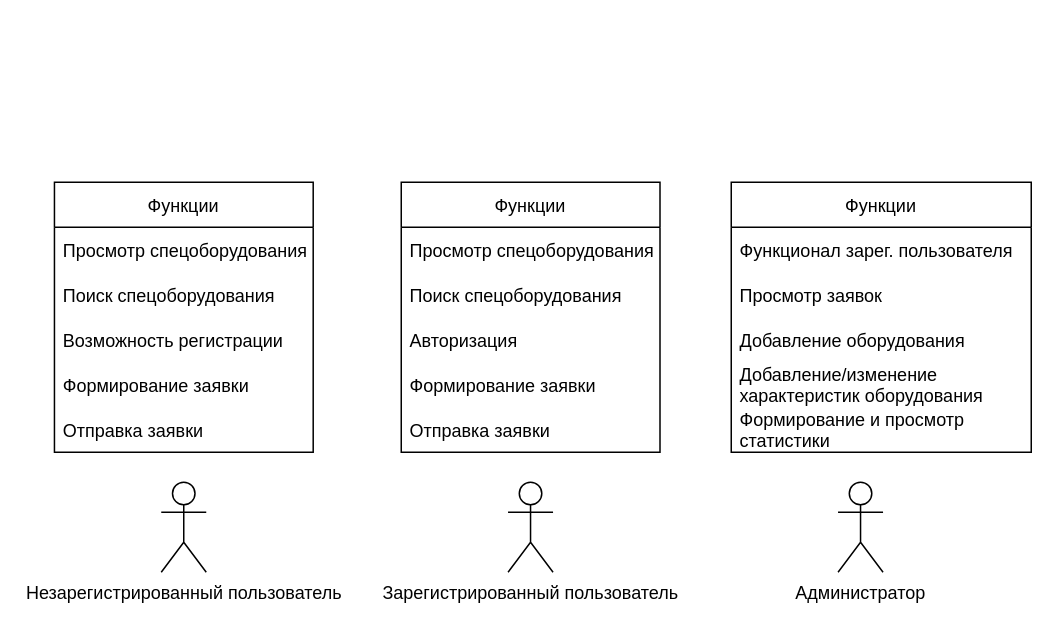
Earlier version of the draw.io diagram Схемы на презентацию.drawio (LebedevOleg/VKR_2022). Source tidied: cells renumbered, new cells numbered last; positions are measured from the earlier drawing's top-left corner, leaving out a move shared by most shapes. Both pictures are drawn from the tidied source at 150%, with x=0, y=0 at pixel (54, 182).
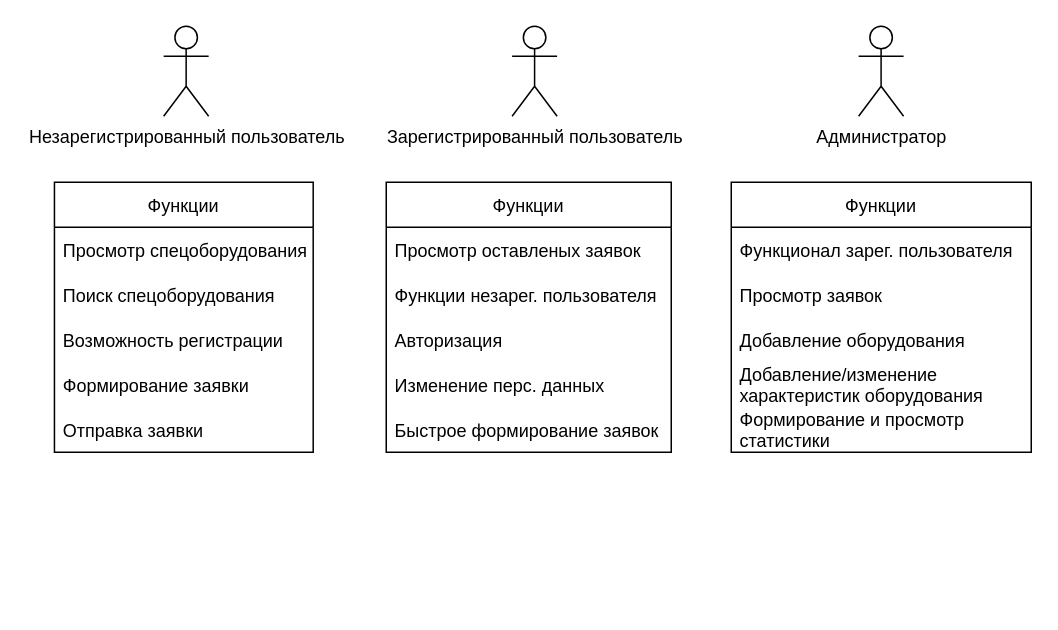
Above is the later version.

Change to the diagram source:
```diff
@@
     <mxCell id="2" value="Незарегистрированный пользователь" style="shape=umlActor;verticalLabelPosition=bottom;verticalAlign=top;html=1;" parent="1" vertex="1">
-      <mxGeometry x="71" y="200" width="30" height="60" as="geometry" />
+      <mxGeometry x="72.6" y="-104" width="30" height="60" as="geometry" />
     </mxCell>
@@
     <mxCell id="9" value="Зарегистрированный пользователь" style="shape=umlActor;verticalLabelPosition=bottom;verticalAlign=top;html=1;" parent="1" vertex="1">
-      <mxGeometry x="302.2" y="200" width="30" height="60" as="geometry" />
+      <mxGeometry x="304.9" y="-104" width="30" height="60" as="geometry" />
     </mxCell>
     <mxCell id="10" value="Функции" style="swimlane;fontStyle=0;horizontal=1;startSize=30;" parent="1" vertex="1">
-      <mxGeometry x="231" width="172.5" height="180" as="geometry" />
+      <mxGeometry x="221" width="190" height="180" as="geometry" />
     </mxCell>
-    <mxCell id="11" value="Просмотр спецоборудования" style="text;strokeColor=none;fillColor=none;align=left;verticalAlign=middle;spacingLeft=4;spacingRight=4;overflow=hidden;" parent="10" vertex="1">
-      <mxGeometry y="30" width="172.5" height="30" as="geometry" />
+    <mxCell id="11" value="Просмотр оставленых заявок" style="text;strokeColor=none;fillColor=none;align=left;verticalAlign=middle;spacingLeft=4;spacingRight=4;overflow=hidden;" parent="10" vertex="1">
+      <mxGeometry y="30" width="190" height="30" as="geometry" />
     </mxCell>
-    <mxCell id="12" value="Поиск спецоборудования" style="text;strokeColor=none;fillColor=none;align=left;verticalAlign=middle;spacingLeft=4;spacingRight=4;overflow=hidden;" parent="10" vertex="1">
-      <mxGeometry y="60" width="172.5" height="30" as="geometry" />
+    <mxCell id="12" value="Функции незарег. пользователя" style="text;strokeColor=none;fillColor=none;align=left;verticalAlign=middle;spacingLeft=4;spacingRight=4;overflow=hidden;" parent="10" vertex="1">
+      <mxGeometry y="60" width="190" height="30" as="geometry" />
     </mxCell>
     <mxCell id="13" value="Авторизация" style="text;strokeColor=none;fillColor=none;align=left;verticalAlign=middle;spacingLeft=4;spacingRight=4;overflow=hidden;" parent="10" vertex="1">
-      <mxGeometry y="90" width="172.5" height="30" as="geometry" />
+      <mxGeometry y="90" width="190" height="30" as="geometry" />
     </mxCell>
-    <mxCell id="14" value="Формирование заявки" style="text;strokeColor=none;fillColor=none;align=left;verticalAlign=middle;spacingLeft=4;spacingRight=4;overflow=hidden;" parent="10" vertex="1">
-      <mxGeometry y="120" width="172.5" height="30" as="geometry" />
+    <mxCell id="14" value="Изменение перс. данных" style="text;strokeColor=none;fillColor=none;align=left;verticalAlign=middle;spacingLeft=4;spacingRight=4;overflow=hidden;" parent="10" vertex="1">
+      <mxGeometry y="120" width="190" height="30" as="geometry" />
     </mxCell>
-    <mxCell id="15" value="Отправка заявки" style="text;strokeColor=none;fillColor=none;align=left;verticalAlign=middle;spacingLeft=4;spacingRight=4;overflow=hidden;" parent="10" vertex="1">
-      <mxGeometry y="150" width="172.5" height="30" as="geometry" />
+    <mxCell id="15" value="Быстрое формирование заявок" style="text;strokeColor=none;fillColor=none;align=left;verticalAlign=middle;spacingLeft=4;spacingRight=4;overflow=hidden;" parent="10" vertex="1">
+      <mxGeometry y="150" width="190" height="30" as="geometry" />
     </mxCell>
     <mxCell id="16" value="Администратор" style="shape=umlActor;verticalLabelPosition=bottom;verticalAlign=top;html=1;" parent="1" vertex="1">
-      <mxGeometry x="522.2" y="200" width="30" height="60" as="geometry" />
+      <mxGeometry x="535.9" y="-104" width="30" height="60" as="geometry" />
     </mxCell>
```
